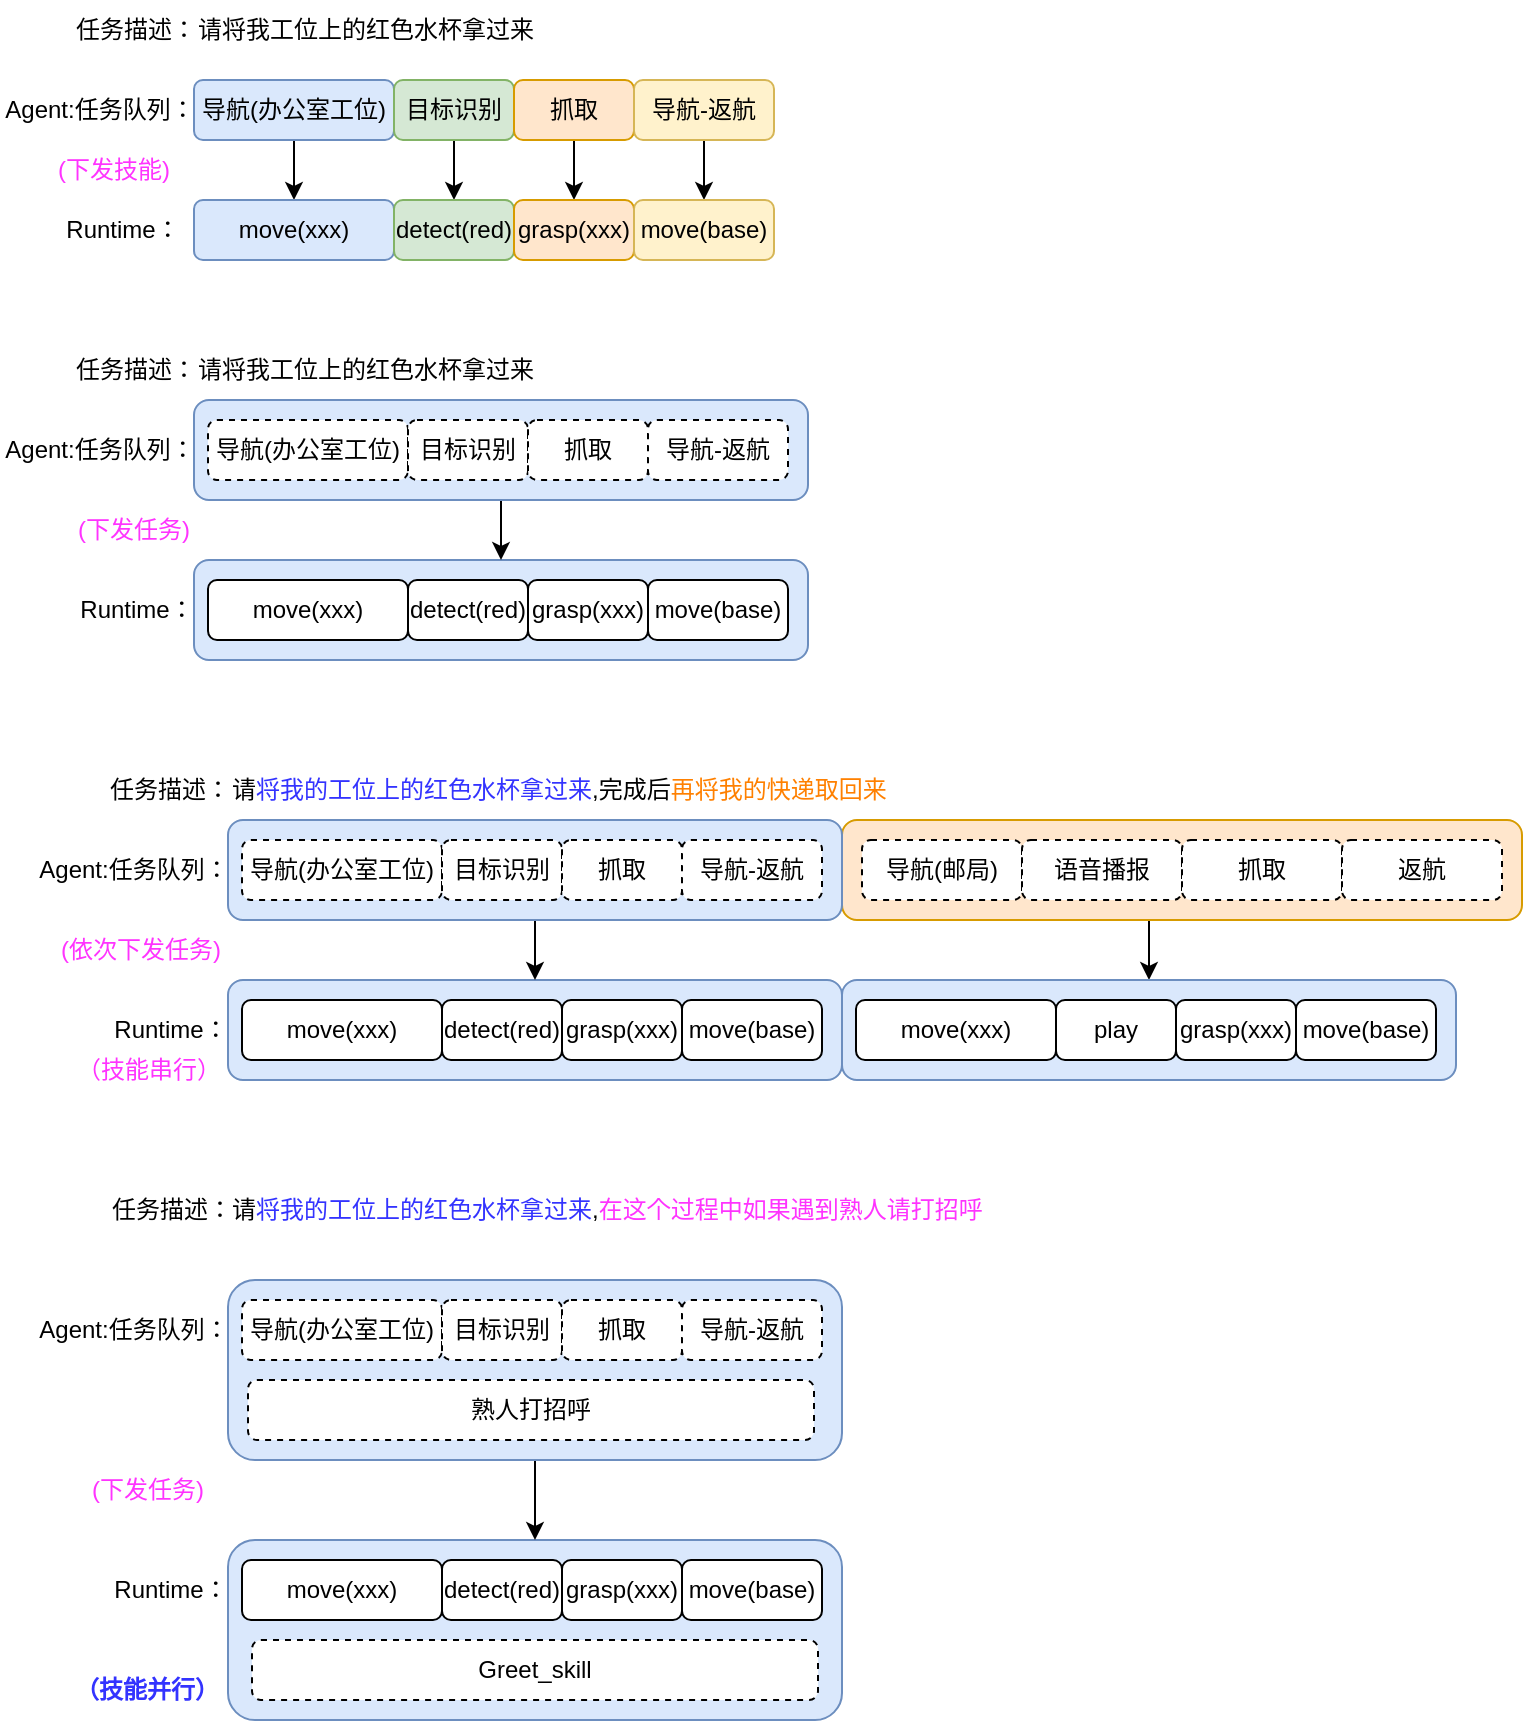
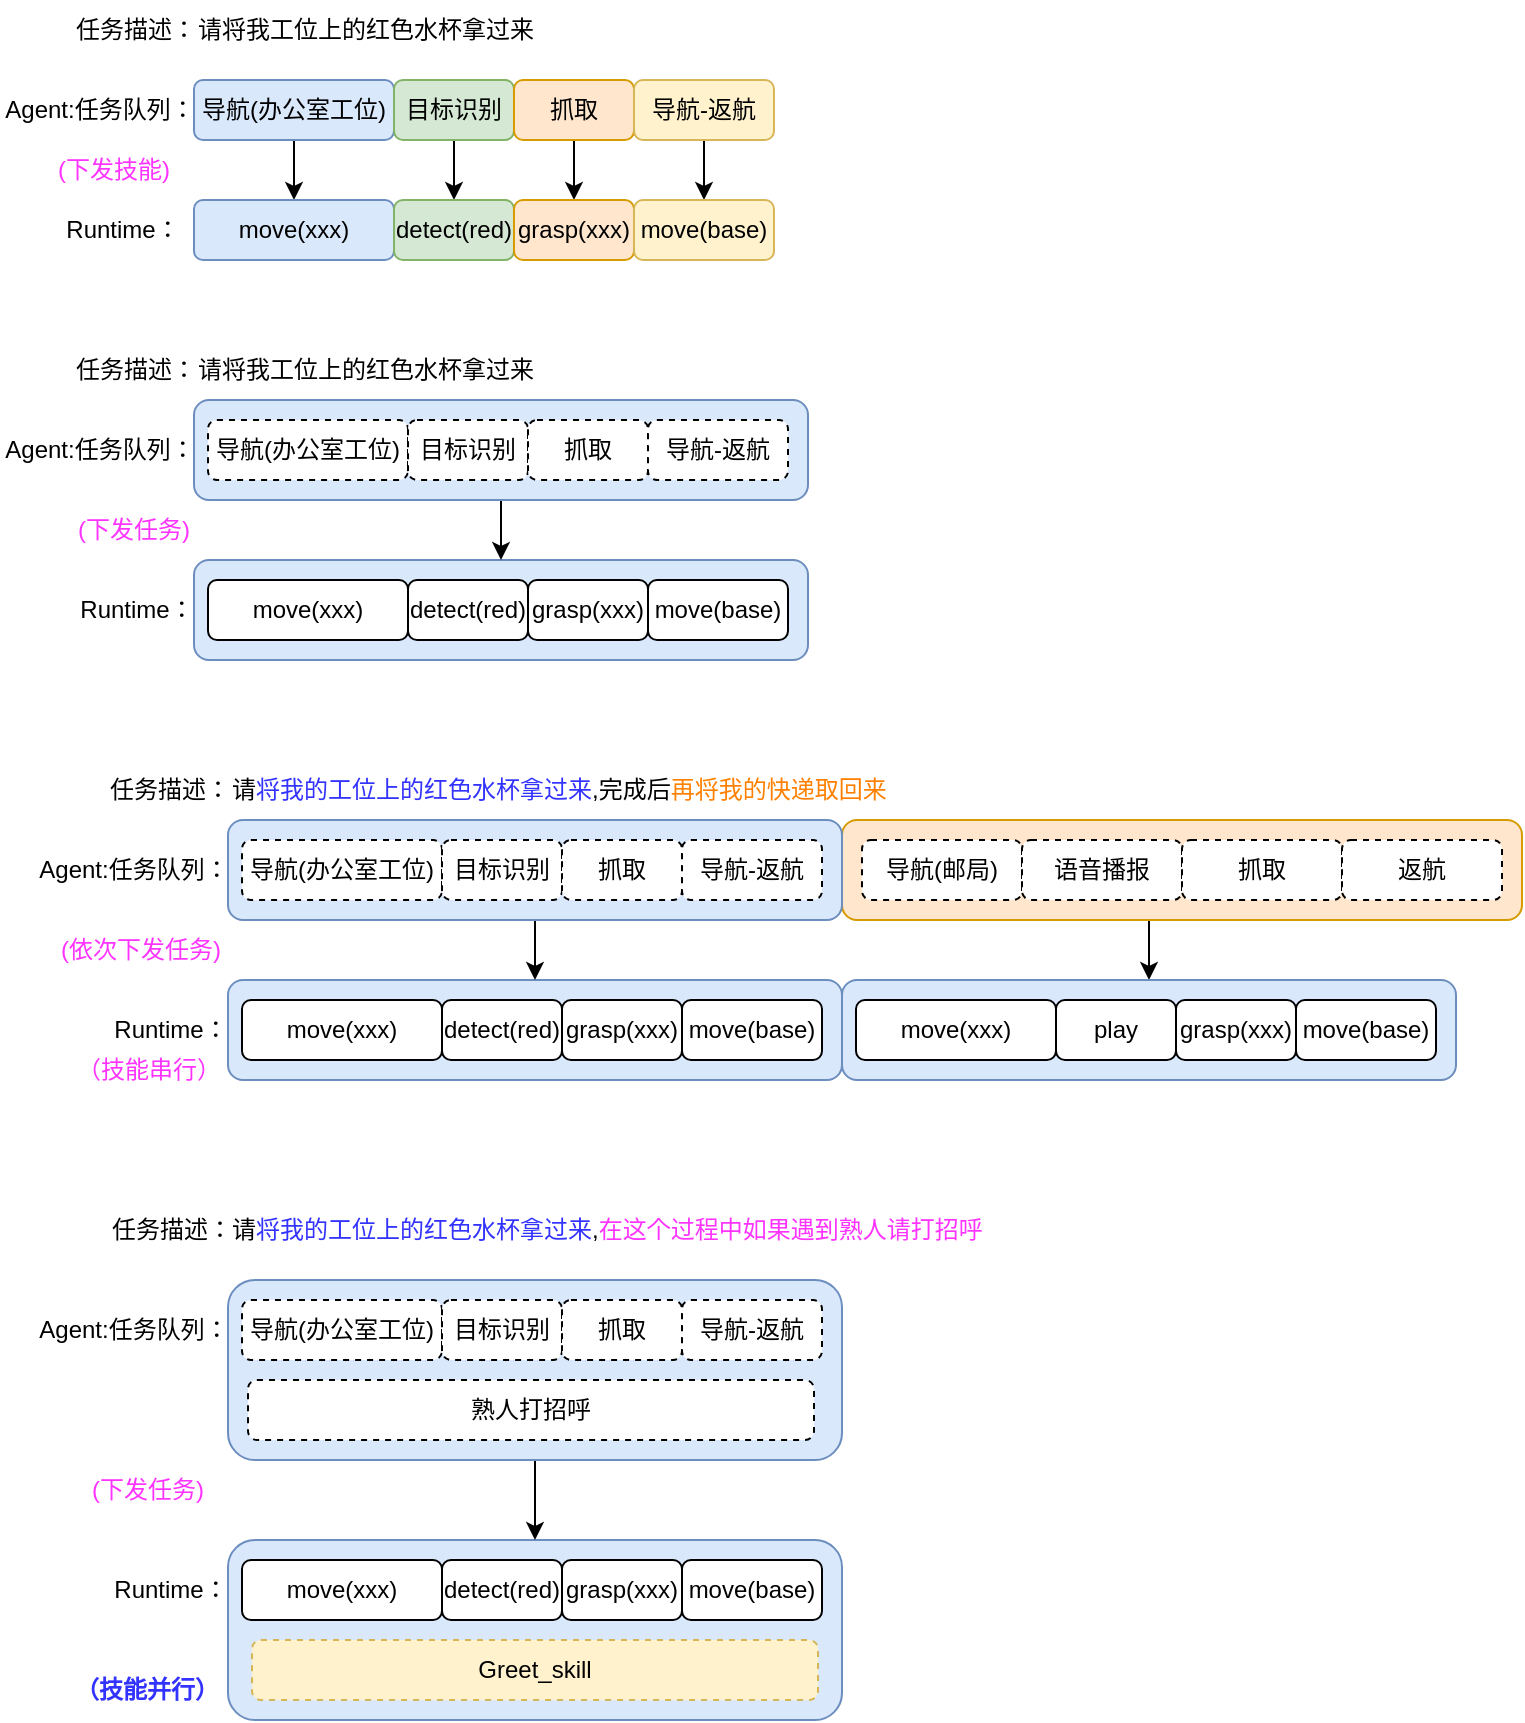
<mxfile host="app.diagrams.net">
  <diagram name="第 1 页" id="AqDmRzZVIJ-5uyctXJOA">
-     <mxGraphModel dx="1120" dy="637" grid="1" gridSize="10" guides="1" tooltips="1" connect="1" arrows="1" fold="1" page="1" pageScale="1" pageWidth="2339" pageHeight="3300" math="0" shadow="0">
+     <mxGraphModel dx="1178" dy="659" grid="1" gridSize="10" guides="1" tooltips="1" connect="1" arrows="1" fold="1" page="1" pageScale="1" pageWidth="2339" pageHeight="3300" math="0" shadow="0">
      <root>
        <mxCell id="0" />
        <mxCell id="1" parent="0" />
        <mxCell id="TX6EBbOIm9mCNyf-wsjQ-69" edge="1" parent="1" source="TX6EBbOIm9mCNyf-wsjQ-63" style="edgeStyle=orthogonalEdgeStyle;rounded=0;orthogonalLoop=1;jettySize=auto;html=1;exitX=0.5;exitY=1;exitDx=0;exitDy=0;entryX=0.5;entryY=0;entryDx=0;entryDy=0;" target="TX6EBbOIm9mCNyf-wsjQ-64">
          <mxGeometry relative="1" as="geometry" />
        </mxCell>
        <mxCell id="TX6EBbOIm9mCNyf-wsjQ-63" parent="1" style="rounded=1;whiteSpace=wrap;html=1;fillColor=#ffe6cc;strokeColor=#d79b00;" value="" vertex="1">
          <mxGeometry height="50" width="340" x="444" y="740" as="geometry" />
        </mxCell>
        <mxCell id="TX6EBbOIm9mCNyf-wsjQ-37" parent="1" style="rounded=1;whiteSpace=wrap;html=1;fillColor=#dae8fc;strokeColor=#6c8ebf;" value="" vertex="1">
          <mxGeometry height="50" width="307" x="120" y="610" as="geometry" />
        </mxCell>
        <mxCell id="TX6EBbOIm9mCNyf-wsjQ-38" edge="1" parent="1" source="TX6EBbOIm9mCNyf-wsjQ-36" style="edgeStyle=orthogonalEdgeStyle;rounded=0;orthogonalLoop=1;jettySize=auto;html=1;exitX=0.5;exitY=1;exitDx=0;exitDy=0;entryX=0.5;entryY=0;entryDx=0;entryDy=0;" target="TX6EBbOIm9mCNyf-wsjQ-37">
          <mxGeometry relative="1" as="geometry" />
        </mxCell>
        <mxCell id="TX6EBbOIm9mCNyf-wsjQ-36" parent="1" style="rounded=1;whiteSpace=wrap;html=1;fillColor=#dae8fc;strokeColor=#6c8ebf;" value="" vertex="1">
          <mxGeometry height="50" width="307" x="120" y="530" as="geometry" />
        </mxCell>
        <mxCell id="TX6EBbOIm9mCNyf-wsjQ-15" edge="1" parent="1" source="TX6EBbOIm9mCNyf-wsjQ-1" style="edgeStyle=orthogonalEdgeStyle;rounded=0;orthogonalLoop=1;jettySize=auto;html=1;exitX=0.5;exitY=1;exitDx=0;exitDy=0;entryX=0.5;entryY=0;entryDx=0;entryDy=0;" target="TX6EBbOIm9mCNyf-wsjQ-11">
          <mxGeometry relative="1" as="geometry" />
        </mxCell>
        <mxCell id="TX6EBbOIm9mCNyf-wsjQ-1" parent="1" style="rounded=1;whiteSpace=wrap;html=1;fillColor=#dae8fc;strokeColor=#6c8ebf;" value="导航(办公室工位)" vertex="1">
          <mxGeometry height="30" width="100" x="120" y="370" as="geometry" />
        </mxCell>
        <mxCell id="TX6EBbOIm9mCNyf-wsjQ-2" parent="1" style="text;html=1;whiteSpace=wrap;strokeColor=none;fillColor=none;align=center;verticalAlign=middle;rounded=0;" value="Agent:任务队列：" vertex="1">
          <mxGeometry height="30" width="100" x="23" y="370" as="geometry" />
        </mxCell>
        <mxCell id="TX6EBbOIm9mCNyf-wsjQ-3" parent="1" style="text;html=1;whiteSpace=wrap;strokeColor=none;fillColor=none;align=center;verticalAlign=middle;rounded=0;" value="任务描述：" vertex="1">
          <mxGeometry height="30" width="70" x="56" y="330" as="geometry" />
        </mxCell>
        <mxCell id="TX6EBbOIm9mCNyf-wsjQ-4" parent="1" style="text;html=1;whiteSpace=wrap;strokeColor=none;fillColor=none;align=left;verticalAlign=middle;rounded=0;" value="请将我工位上的红色水杯拿过来" vertex="1">
          <mxGeometry height="30" width="220" x="120" y="330" as="geometry" />
        </mxCell>
        <mxCell id="TX6EBbOIm9mCNyf-wsjQ-16" edge="1" parent="1" source="TX6EBbOIm9mCNyf-wsjQ-5" style="edgeStyle=orthogonalEdgeStyle;rounded=0;orthogonalLoop=1;jettySize=auto;html=1;exitX=0.5;exitY=1;exitDx=0;exitDy=0;entryX=0.5;entryY=0;entryDx=0;entryDy=0;" target="TX6EBbOIm9mCNyf-wsjQ-12">
          <mxGeometry relative="1" as="geometry" />
        </mxCell>
        <mxCell id="TX6EBbOIm9mCNyf-wsjQ-5" parent="1" style="rounded=1;whiteSpace=wrap;html=1;fillColor=#d5e8d4;strokeColor=#82b366;" value="目标识别" vertex="1">
          <mxGeometry height="30" width="60" x="220" y="370" as="geometry" />
        </mxCell>
        <mxCell id="TX6EBbOIm9mCNyf-wsjQ-17" edge="1" parent="1" source="TX6EBbOIm9mCNyf-wsjQ-6" style="edgeStyle=orthogonalEdgeStyle;rounded=0;orthogonalLoop=1;jettySize=auto;html=1;exitX=0.5;exitY=1;exitDx=0;exitDy=0;entryX=0.5;entryY=0;entryDx=0;entryDy=0;" target="TX6EBbOIm9mCNyf-wsjQ-13">
          <mxGeometry relative="1" as="geometry" />
        </mxCell>
        <mxCell id="TX6EBbOIm9mCNyf-wsjQ-6" parent="1" style="rounded=1;whiteSpace=wrap;html=1;fillColor=#ffe6cc;strokeColor=#d79b00;" value="抓取" vertex="1">
          <mxGeometry height="30" width="60" x="280" y="370" as="geometry" />
        </mxCell>
        <mxCell id="TX6EBbOIm9mCNyf-wsjQ-18" edge="1" parent="1" source="TX6EBbOIm9mCNyf-wsjQ-7" style="edgeStyle=orthogonalEdgeStyle;rounded=0;orthogonalLoop=1;jettySize=auto;html=1;exitX=0.5;exitY=1;exitDx=0;exitDy=0;entryX=0.5;entryY=0;entryDx=0;entryDy=0;" target="TX6EBbOIm9mCNyf-wsjQ-14">
          <mxGeometry relative="1" as="geometry" />
        </mxCell>
        <mxCell id="TX6EBbOIm9mCNyf-wsjQ-7" parent="1" style="rounded=1;whiteSpace=wrap;html=1;fillColor=#fff2cc;strokeColor=#d6b656;" value="导航-返航" vertex="1">
          <mxGeometry height="30" width="70" x="340" y="370" as="geometry" />
        </mxCell>
        <mxCell id="TX6EBbOIm9mCNyf-wsjQ-8" parent="1" style="text;html=1;whiteSpace=wrap;strokeColor=none;fillColor=none;align=center;verticalAlign=middle;rounded=0;" value="Runtime：" vertex="1">
          <mxGeometry height="30" width="57" x="56" y="430" as="geometry" />
        </mxCell>
        <mxCell id="TX6EBbOIm9mCNyf-wsjQ-11" parent="1" style="rounded=1;whiteSpace=wrap;html=1;fillColor=#dae8fc;strokeColor=#6c8ebf;" value="move(xxx)" vertex="1">
          <mxGeometry height="30" width="100" x="120" y="430" as="geometry" />
        </mxCell>
        <mxCell id="TX6EBbOIm9mCNyf-wsjQ-12" parent="1" style="rounded=1;whiteSpace=wrap;html=1;fillColor=#d5e8d4;strokeColor=#82b366;" value="detect(red)" vertex="1">
          <mxGeometry height="30" width="60" x="220" y="430" as="geometry" />
        </mxCell>
        <mxCell id="TX6EBbOIm9mCNyf-wsjQ-13" parent="1" style="rounded=1;whiteSpace=wrap;html=1;fillColor=#ffe6cc;strokeColor=#d79b00;" value="grasp(xxx)" vertex="1">
          <mxGeometry height="30" width="60" x="280" y="430" as="geometry" />
        </mxCell>
        <mxCell id="TX6EBbOIm9mCNyf-wsjQ-14" parent="1" style="rounded=1;whiteSpace=wrap;html=1;fillColor=#fff2cc;strokeColor=#d6b656;" value="move(base)" vertex="1">
          <mxGeometry height="30" width="70" x="340" y="430" as="geometry" />
        </mxCell>
        <mxCell id="TX6EBbOIm9mCNyf-wsjQ-19" parent="1" style="text;html=1;whiteSpace=wrap;strokeColor=none;fillColor=none;align=left;verticalAlign=middle;rounded=0;" value="请将我工位上的红色水杯拿过来" vertex="1">
          <mxGeometry height="30" width="220" x="120" y="500" as="geometry" />
        </mxCell>
        <mxCell id="TX6EBbOIm9mCNyf-wsjQ-20" parent="1" style="text;html=1;whiteSpace=wrap;strokeColor=none;fillColor=none;align=center;verticalAlign=middle;rounded=0;" value="任务描述：" vertex="1">
          <mxGeometry height="30" width="70" x="56" y="500" as="geometry" />
        </mxCell>
        <mxCell id="TX6EBbOIm9mCNyf-wsjQ-22" parent="1" style="rounded=1;whiteSpace=wrap;html=1;dashed=1;" value="导航(办公室工位)" vertex="1">
          <mxGeometry height="30" width="100" x="127" y="540" as="geometry" />
        </mxCell>
        <mxCell id="TX6EBbOIm9mCNyf-wsjQ-23" parent="1" style="text;html=1;whiteSpace=wrap;strokeColor=none;fillColor=none;align=center;verticalAlign=middle;rounded=0;" value="Agent:任务队列：" vertex="1">
          <mxGeometry height="30" width="100" x="23" y="540" as="geometry" />
        </mxCell>
        <mxCell id="TX6EBbOIm9mCNyf-wsjQ-25" parent="1" style="rounded=1;whiteSpace=wrap;html=1;dashed=1;" value="目标识别" vertex="1">
          <mxGeometry height="30" width="60" x="227" y="540" as="geometry" />
        </mxCell>
        <mxCell id="TX6EBbOIm9mCNyf-wsjQ-27" parent="1" style="rounded=1;whiteSpace=wrap;html=1;dashed=1;" value="抓取" vertex="1">
          <mxGeometry height="30" width="60" x="287" y="540" as="geometry" />
        </mxCell>
        <mxCell id="TX6EBbOIm9mCNyf-wsjQ-29" parent="1" style="rounded=1;whiteSpace=wrap;html=1;dashed=1;" value="导航-返航" vertex="1">
          <mxGeometry height="30" width="70" x="347" y="540" as="geometry" />
        </mxCell>
        <mxCell id="TX6EBbOIm9mCNyf-wsjQ-30" parent="1" style="text;html=1;whiteSpace=wrap;strokeColor=none;fillColor=none;align=center;verticalAlign=middle;rounded=0;" value="Runtime：" vertex="1">
          <mxGeometry height="30" width="57" x="62.5" y="620" as="geometry" />
        </mxCell>
        <mxCell id="TX6EBbOIm9mCNyf-wsjQ-31" parent="1" style="rounded=1;whiteSpace=wrap;html=1;" value="move(xxx)" vertex="1">
          <mxGeometry height="30" width="100" x="127" y="620" as="geometry" />
        </mxCell>
        <mxCell id="TX6EBbOIm9mCNyf-wsjQ-32" parent="1" style="rounded=1;whiteSpace=wrap;html=1;" value="detect(red)" vertex="1">
          <mxGeometry height="30" width="60" x="227" y="620" as="geometry" />
        </mxCell>
        <mxCell id="TX6EBbOIm9mCNyf-wsjQ-33" parent="1" style="rounded=1;whiteSpace=wrap;html=1;" value="grasp(xxx)" vertex="1">
          <mxGeometry height="30" width="60" x="287" y="620" as="geometry" />
        </mxCell>
        <mxCell id="TX6EBbOIm9mCNyf-wsjQ-34" parent="1" style="rounded=1;whiteSpace=wrap;html=1;" value="move(base)" vertex="1">
          <mxGeometry height="30" width="70" x="347" y="620" as="geometry" />
        </mxCell>
        <mxCell id="TX6EBbOIm9mCNyf-wsjQ-35" parent="1" style="text;html=1;whiteSpace=wrap;strokeColor=none;fillColor=none;align=center;verticalAlign=middle;rounded=0;fontColor=#FF33FF;" value="(下发技能)" vertex="1">
          <mxGeometry height="30" width="60" x="50" y="400" as="geometry" />
        </mxCell>
        <mxCell id="TX6EBbOIm9mCNyf-wsjQ-39" parent="1" style="text;html=1;whiteSpace=wrap;strokeColor=none;fillColor=none;align=center;verticalAlign=middle;rounded=0;fontColor=#FF33FF;" value="(下发任务)" vertex="1">
          <mxGeometry height="30" width="60" x="59.5" y="580" as="geometry" />
        </mxCell>
        <mxCell id="TX6EBbOIm9mCNyf-wsjQ-40" parent="1" style="rounded=1;whiteSpace=wrap;html=1;fillColor=#dae8fc;strokeColor=#6c8ebf;" value="" vertex="1">
          <mxGeometry height="50" width="307" x="137" y="820" as="geometry" />
        </mxCell>
        <mxCell id="TX6EBbOIm9mCNyf-wsjQ-41" edge="1" parent="1" source="TX6EBbOIm9mCNyf-wsjQ-42" style="edgeStyle=orthogonalEdgeStyle;rounded=0;orthogonalLoop=1;jettySize=auto;html=1;exitX=0.5;exitY=1;exitDx=0;exitDy=0;entryX=0.5;entryY=0;entryDx=0;entryDy=0;" target="TX6EBbOIm9mCNyf-wsjQ-40">
          <mxGeometry relative="1" as="geometry" />
        </mxCell>
        <mxCell id="TX6EBbOIm9mCNyf-wsjQ-42" parent="1" style="rounded=1;whiteSpace=wrap;html=1;fillColor=#dae8fc;strokeColor=#6c8ebf;" value="" vertex="1">
          <mxGeometry height="50" width="307" x="137" y="740" as="geometry" />
        </mxCell>
        <mxCell id="TX6EBbOIm9mCNyf-wsjQ-43" parent="1" style="text;html=1;whiteSpace=wrap;strokeColor=none;fillColor=none;align=left;verticalAlign=middle;rounded=0;" value="请&lt;font style=&quot;color: rgb(51, 51, 255);&quot;&gt;将我的工位上的红色水杯拿过来&lt;/font&gt;,完成后&lt;font style=&quot;color: rgb(255, 128, 0);&quot;&gt;再将我的快递取回来&lt;/font&gt;" vertex="1">
          <mxGeometry height="30" width="373" x="137" y="710" as="geometry" />
        </mxCell>
        <mxCell id="TX6EBbOIm9mCNyf-wsjQ-44" parent="1" style="text;html=1;whiteSpace=wrap;strokeColor=none;fillColor=none;align=center;verticalAlign=middle;rounded=0;" value="任务描述：" vertex="1">
          <mxGeometry height="30" width="70" x="73" y="710" as="geometry" />
        </mxCell>
        <mxCell id="TX6EBbOIm9mCNyf-wsjQ-45" parent="1" style="rounded=1;whiteSpace=wrap;html=1;dashed=1;" value="导航(办公室工位)" vertex="1">
          <mxGeometry height="30" width="100" x="144" y="750" as="geometry" />
        </mxCell>
        <mxCell id="TX6EBbOIm9mCNyf-wsjQ-46" parent="1" style="text;html=1;whiteSpace=wrap;strokeColor=none;fillColor=none;align=center;verticalAlign=middle;rounded=0;" value="Agent:任务队列：" vertex="1">
          <mxGeometry height="30" width="100" x="40" y="750" as="geometry" />
        </mxCell>
        <mxCell id="TX6EBbOIm9mCNyf-wsjQ-47" parent="1" style="rounded=1;whiteSpace=wrap;html=1;dashed=1;" value="目标识别" vertex="1">
          <mxGeometry height="30" width="60" x="244" y="750" as="geometry" />
        </mxCell>
        <mxCell id="TX6EBbOIm9mCNyf-wsjQ-48" parent="1" style="rounded=1;whiteSpace=wrap;html=1;dashed=1;" value="抓取" vertex="1">
          <mxGeometry height="30" width="60" x="304" y="750" as="geometry" />
        </mxCell>
        <mxCell id="TX6EBbOIm9mCNyf-wsjQ-49" parent="1" style="rounded=1;whiteSpace=wrap;html=1;dashed=1;" value="导航-返航" vertex="1">
          <mxGeometry height="30" width="70" x="364" y="750" as="geometry" />
        </mxCell>
        <mxCell id="TX6EBbOIm9mCNyf-wsjQ-50" parent="1" style="text;html=1;whiteSpace=wrap;strokeColor=none;fillColor=none;align=center;verticalAlign=middle;rounded=0;" value="Runtime：" vertex="1">
          <mxGeometry height="30" width="57" x="79.5" y="830" as="geometry" />
        </mxCell>
        <mxCell id="TX6EBbOIm9mCNyf-wsjQ-51" parent="1" style="rounded=1;whiteSpace=wrap;html=1;" value="move(xxx)" vertex="1">
          <mxGeometry height="30" width="100" x="144" y="830" as="geometry" />
        </mxCell>
        <mxCell id="TX6EBbOIm9mCNyf-wsjQ-52" parent="1" style="rounded=1;whiteSpace=wrap;html=1;" value="detect(red)" vertex="1">
          <mxGeometry height="30" width="60" x="244" y="830" as="geometry" />
        </mxCell>
        <mxCell id="TX6EBbOIm9mCNyf-wsjQ-53" parent="1" style="rounded=1;whiteSpace=wrap;html=1;" value="grasp(xxx)" vertex="1">
          <mxGeometry height="30" width="60" x="304" y="830" as="geometry" />
        </mxCell>
        <mxCell id="TX6EBbOIm9mCNyf-wsjQ-54" parent="1" style="rounded=1;whiteSpace=wrap;html=1;" value="move(base)" vertex="1">
          <mxGeometry height="30" width="70" x="364" y="830" as="geometry" />
        </mxCell>
        <mxCell id="TX6EBbOIm9mCNyf-wsjQ-55" parent="1" style="text;html=1;whiteSpace=wrap;strokeColor=none;fillColor=none;align=center;verticalAlign=middle;rounded=0;fontColor=#FF33FF;" value="(依次下发任务)" vertex="1">
          <mxGeometry height="30" width="86.5" x="50" y="790" as="geometry" />
        </mxCell>
        <mxCell id="TX6EBbOIm9mCNyf-wsjQ-56" parent="1" style="rounded=1;whiteSpace=wrap;html=1;dashed=1;" value="导航(邮局)" vertex="1">
          <mxGeometry height="30" width="80" x="454" y="750" as="geometry" />
        </mxCell>
        <mxCell id="TX6EBbOIm9mCNyf-wsjQ-60" parent="1" style="rounded=1;whiteSpace=wrap;html=1;dashed=1;" value="语音播报" vertex="1">
          <mxGeometry height="30" width="80" x="534" y="750" as="geometry" />
        </mxCell>
        <mxCell id="TX6EBbOIm9mCNyf-wsjQ-61" parent="1" style="rounded=1;whiteSpace=wrap;html=1;dashed=1;" value="抓取" vertex="1">
          <mxGeometry height="30" width="80" x="614" y="750" as="geometry" />
        </mxCell>
        <mxCell id="TX6EBbOIm9mCNyf-wsjQ-62" parent="1" style="rounded=1;whiteSpace=wrap;html=1;dashed=1;" value="返航" vertex="1">
          <mxGeometry height="30" width="80" x="694" y="750" as="geometry" />
        </mxCell>
        <mxCell id="TX6EBbOIm9mCNyf-wsjQ-64" parent="1" style="rounded=1;whiteSpace=wrap;html=1;fillColor=#dae8fc;strokeColor=#6c8ebf;" value="" vertex="1">
          <mxGeometry height="50" width="307" x="444" y="820" as="geometry" />
        </mxCell>
        <mxCell id="TX6EBbOIm9mCNyf-wsjQ-65" parent="1" style="rounded=1;whiteSpace=wrap;html=1;" value="move(xxx)" vertex="1">
          <mxGeometry height="30" width="100" x="451" y="830" as="geometry" />
        </mxCell>
        <mxCell id="TX6EBbOIm9mCNyf-wsjQ-66" parent="1" style="rounded=1;whiteSpace=wrap;html=1;" value="play" vertex="1">
          <mxGeometry height="30" width="60" x="551" y="830" as="geometry" />
        </mxCell>
        <mxCell id="TX6EBbOIm9mCNyf-wsjQ-67" parent="1" style="rounded=1;whiteSpace=wrap;html=1;" value="grasp(xxx)" vertex="1">
          <mxGeometry height="30" width="60" x="611" y="830" as="geometry" />
        </mxCell>
        <mxCell id="TX6EBbOIm9mCNyf-wsjQ-68" parent="1" style="rounded=1;whiteSpace=wrap;html=1;" value="move(base)" vertex="1">
          <mxGeometry height="30" width="70" x="671" y="830" as="geometry" />
        </mxCell>
        <mxCell id="TX6EBbOIm9mCNyf-wsjQ-70" parent="1" style="text;html=1;whiteSpace=wrap;strokeColor=none;fillColor=none;align=left;verticalAlign=middle;rounded=0;" value="请&lt;font style=&quot;color: rgb(51, 51, 255);&quot;&gt;将我的工位上的红色水杯拿过来&lt;/font&gt;,&lt;font style=&quot;color: rgb(255, 51, 255);&quot;&gt;在这个过程中如果遇到熟人请打招呼&lt;/font&gt;" vertex="1">
-           <mxGeometry height="30" width="583" x="137" y="920" as="geometry" />
+           <mxGeometry height="30" width="583" x="137" y="930" as="geometry" />
        </mxCell>
        <mxCell id="TX6EBbOIm9mCNyf-wsjQ-71" parent="1" style="text;html=1;whiteSpace=wrap;strokeColor=none;fillColor=none;align=center;verticalAlign=middle;rounded=0;" value="任务描述：" vertex="1">
-           <mxGeometry height="30" width="70" x="74" y="920" as="geometry" />
+           <mxGeometry height="30" width="70" x="74" y="930" as="geometry" />
        </mxCell>
        <mxCell id="TX6EBbOIm9mCNyf-wsjQ-74" parent="1" style="rounded=1;whiteSpace=wrap;html=1;fillColor=#dae8fc;strokeColor=#6c8ebf;" value="" vertex="1">
          <mxGeometry height="90" width="307" x="137" y="1100" as="geometry" />
        </mxCell>
        <mxCell id="TX6EBbOIm9mCNyf-wsjQ-103" edge="1" parent="1" source="TX6EBbOIm9mCNyf-wsjQ-76" style="edgeStyle=orthogonalEdgeStyle;rounded=0;orthogonalLoop=1;jettySize=auto;html=1;exitX=0.5;exitY=1;exitDx=0;exitDy=0;entryX=0.5;entryY=0;entryDx=0;entryDy=0;" target="TX6EBbOIm9mCNyf-wsjQ-74">
          <mxGeometry relative="1" as="geometry" />
        </mxCell>
        <mxCell id="TX6EBbOIm9mCNyf-wsjQ-76" parent="1" style="rounded=1;whiteSpace=wrap;html=1;fillColor=#dae8fc;strokeColor=#6c8ebf;" value="" vertex="1">
          <mxGeometry height="90" width="307" x="137" y="970" as="geometry" />
        </mxCell>
        <mxCell id="TX6EBbOIm9mCNyf-wsjQ-79" parent="1" style="rounded=1;whiteSpace=wrap;html=1;dashed=1;" value="导航(办公室工位)" vertex="1">
          <mxGeometry height="30" width="100" x="144" y="980" as="geometry" />
        </mxCell>
        <mxCell id="TX6EBbOIm9mCNyf-wsjQ-80" parent="1" style="text;html=1;whiteSpace=wrap;strokeColor=none;fillColor=none;align=center;verticalAlign=middle;rounded=0;" value="Agent:任务队列：" vertex="1">
          <mxGeometry height="30" width="100" x="40" y="980" as="geometry" />
        </mxCell>
        <mxCell id="TX6EBbOIm9mCNyf-wsjQ-81" parent="1" style="rounded=1;whiteSpace=wrap;html=1;dashed=1;" value="目标识别" vertex="1">
          <mxGeometry height="30" width="60" x="244" y="980" as="geometry" />
        </mxCell>
        <mxCell id="TX6EBbOIm9mCNyf-wsjQ-82" parent="1" style="rounded=1;whiteSpace=wrap;html=1;dashed=1;" value="抓取" vertex="1">
          <mxGeometry height="30" width="60" x="304" y="980" as="geometry" />
        </mxCell>
        <mxCell id="TX6EBbOIm9mCNyf-wsjQ-83" parent="1" style="rounded=1;whiteSpace=wrap;html=1;dashed=1;" value="导航-返航" vertex="1">
          <mxGeometry height="30" width="70" x="364" y="980" as="geometry" />
        </mxCell>
        <mxCell id="TX6EBbOIm9mCNyf-wsjQ-84" parent="1" style="text;html=1;whiteSpace=wrap;strokeColor=none;fillColor=none;align=center;verticalAlign=middle;rounded=0;" value="Runtime：" vertex="1">
          <mxGeometry height="30" width="57" x="79.5" y="1110" as="geometry" />
        </mxCell>
        <mxCell id="TX6EBbOIm9mCNyf-wsjQ-85" parent="1" style="rounded=1;whiteSpace=wrap;html=1;" value="move(xxx)" vertex="1">
          <mxGeometry height="30" width="100" x="144" y="1110" as="geometry" />
        </mxCell>
        <mxCell id="TX6EBbOIm9mCNyf-wsjQ-86" parent="1" style="rounded=1;whiteSpace=wrap;html=1;" value="detect(red)" vertex="1">
          <mxGeometry height="30" width="60" x="244" y="1110" as="geometry" />
        </mxCell>
        <mxCell id="TX6EBbOIm9mCNyf-wsjQ-87" parent="1" style="rounded=1;whiteSpace=wrap;html=1;" value="grasp(xxx)" vertex="1">
          <mxGeometry height="30" width="60" x="304" y="1110" as="geometry" />
        </mxCell>
        <mxCell id="TX6EBbOIm9mCNyf-wsjQ-88" parent="1" style="rounded=1;whiteSpace=wrap;html=1;" value="move(base)" vertex="1">
          <mxGeometry height="30" width="70" x="364" y="1110" as="geometry" />
        </mxCell>
        <mxCell id="TX6EBbOIm9mCNyf-wsjQ-89" parent="1" style="text;html=1;whiteSpace=wrap;strokeColor=none;fillColor=none;align=center;verticalAlign=middle;rounded=0;fontColor=#FF33FF;" value="(下发任务)" vertex="1">
          <mxGeometry height="30" width="67.5" x="62.5" y="1060" as="geometry" />
        </mxCell>
        <mxCell id="TX6EBbOIm9mCNyf-wsjQ-99" parent="1" style="rounded=1;whiteSpace=wrap;html=1;dashed=1;" value="熟人打招呼" vertex="1">
          <mxGeometry height="30" width="283" x="147" y="1020" as="geometry" />
        </mxCell>
-         <mxCell id="TX6EBbOIm9mCNyf-wsjQ-101" parent="1" style="rounded=1;whiteSpace=wrap;html=1;dashed=1;" value="Greet_skill" vertex="1">
+         <mxCell id="TX6EBbOIm9mCNyf-wsjQ-101" parent="1" style="rounded=1;whiteSpace=wrap;html=1;dashed=1;fillColor=#fff2cc;strokeColor=#d6b656;" value="Greet_skill" vertex="1">
          <mxGeometry height="30" width="283" x="149" y="1150" as="geometry" />
        </mxCell>
        <mxCell id="TX6EBbOIm9mCNyf-wsjQ-105" parent="1" style="text;html=1;whiteSpace=wrap;strokeColor=none;fillColor=none;align=center;verticalAlign=middle;rounded=0;fontColor=#3333FF;fontStyle=1" value="（技能并行）" vertex="1">
          <mxGeometry height="30" width="86.5" x="53" y="1160" as="geometry" />
        </mxCell>
        <mxCell id="TX6EBbOIm9mCNyf-wsjQ-106" parent="1" style="text;html=1;whiteSpace=wrap;strokeColor=none;fillColor=none;align=center;verticalAlign=middle;rounded=0;fontColor=#FF33FF;" value="（技能串行）" vertex="1">
          <mxGeometry height="30" width="86.5" x="53.5" y="850" as="geometry" />
        </mxCell>
      </root>
    </mxGraphModel>
  </diagram>
</mxfile>
